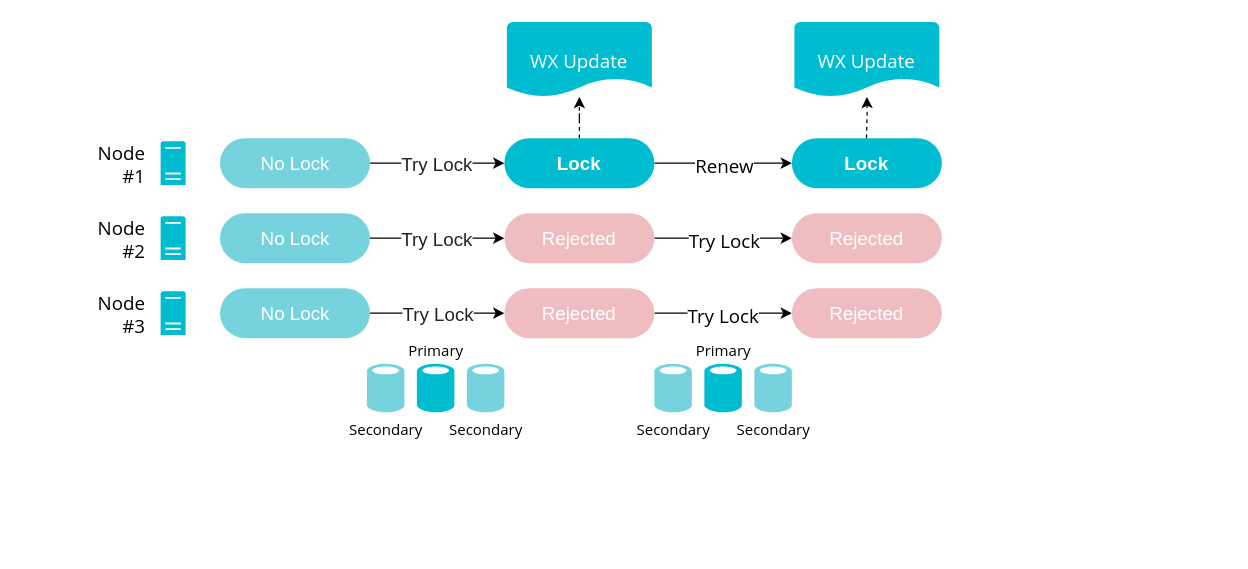
The draw.io diagram page "Normal Flow" (1 of 2) of doc/HighlyAvailableLock.drawio in fvalka/AviatorsBot, before the edit. Source tidied: cells renumbered, new cells numbered last; positions are measured from the earlier drawing's top-left corner, leaving out a move shared by most shapes. Both pictures are drawn from the tidied source at 125%, with x=0, y=0 at pixel (160, 21).
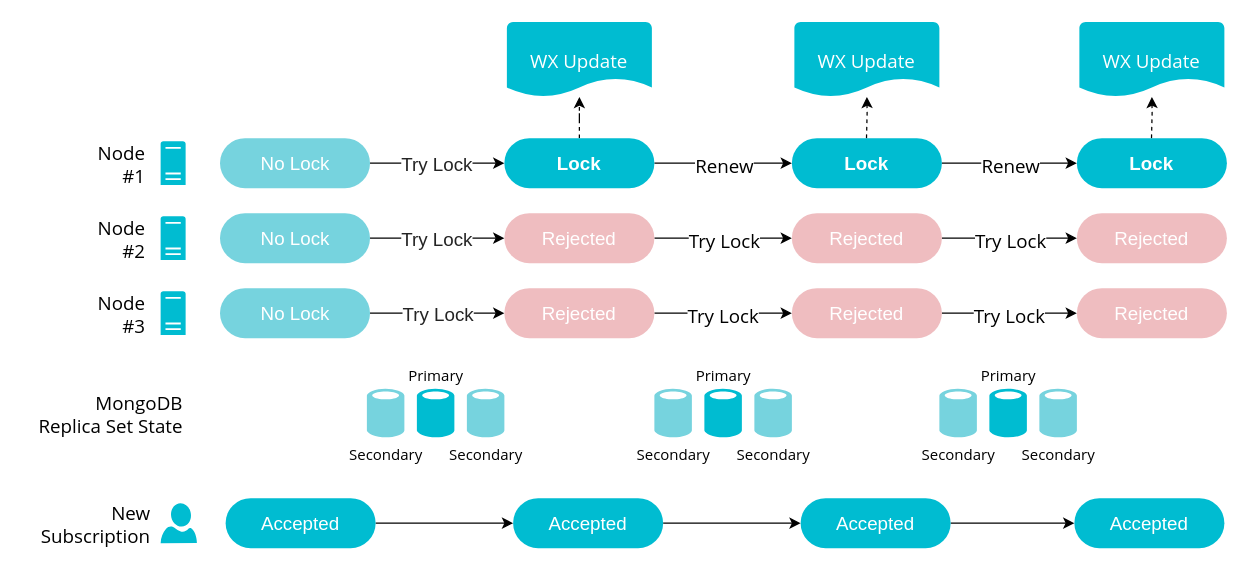
After the change.

Unchanged cells that the change refers to:
```xml
<mxCell id="28" value="Rejected" style="rounded=1;whiteSpace=wrap;html=1;fillColor=#EFBDC0;strokeColor=none;fontSize=15;fontColor=#FFFFFF;arcSize=50;" parent="1" vertex="1">
  <mxGeometry x="505" y="213" width="120" height="40" as="geometry" />
</mxCell>
<mxCell id="29" value="Rejected" style="rounded=1;whiteSpace=wrap;html=1;fillColor=#EFBDC0;strokeColor=none;fontSize=15;fontColor=#FFFFFF;arcSize=50;" parent="1" vertex="1">
  <mxGeometry x="505" y="153" width="120" height="40" as="geometry" />
</mxCell>
<mxCell id="30" value="Lock" style="rounded=1;whiteSpace=wrap;html=1;fillColor=#00BCD1;strokeColor=none;fontSize=15;fontColor=#FFFFFF;arcSize=50;fontStyle=1;" parent="1" vertex="1">
  <mxGeometry x="505" y="93" width="120" height="40" as="geometry" />
</mxCell>
```

The edit, as a diff of the source:
```diff
@@
     <mxCell id="3" value="Primary" style="shadow=0;dashed=0;html=1;strokeColor=none;labelPosition=center;verticalLabelPosition=top;verticalAlign=bottom;align=center;shape=mxgraph.mscae.enterprise.database_generic;fillColor=#00BCD1;fontSize=12;fontFamily=Open Sans;labelBorderColor=none;labelBackgroundColor=#ffffff;" parent="1" vertex="1">
-      <mxGeometry x="205" y="273" width="30" height="40" as="geometry" />
+      <mxGeometry x="205" y="293" width="30" height="40" as="geometry" />
     </mxCell>
@@
     <mxCell id="7" value="Secondary" style="shadow=0;dashed=0;html=1;strokeColor=none;labelPosition=center;verticalLabelPosition=bottom;verticalAlign=top;align=center;shape=mxgraph.mscae.enterprise.database_generic;fillColor=#76D3DE;fontSize=12;fontFamily=Open Sans;" parent="1" vertex="1">
-      <mxGeometry x="245" y="273" width="30" height="40" as="geometry" />
+      <mxGeometry x="245" y="293" width="30" height="40" as="geometry" />
     </mxCell>
     <mxCell id="8" value="Secondary" style="shadow=0;dashed=0;html=1;strokeColor=none;labelPosition=center;verticalLabelPosition=bottom;verticalAlign=top;align=center;shape=mxgraph.mscae.enterprise.database_generic;fillColor=#76D3DE;fontSize=12;fontFamily=Open Sans;" parent="1" vertex="1">
-      <mxGeometry x="165" y="273" width="30" height="40" as="geometry" />
+      <mxGeometry x="165" y="293" width="30" height="40" as="geometry" />
     </mxCell>
@@
+    <mxCell id="36" style="edgeStyle=orthogonalEdgeStyle;rounded=0;jettySize=auto;html=1;fontFamily=Open Sans;fontSize=15;fontColor=#000000;align=center;" parent="1" edge="1" source="28" target="53">
+      <mxGeometry relative="1" as="geometry" />
+    </mxCell>
+    <mxCell id="37" value="Try Lock" style="text;html=1;align=center;verticalAlign=middle;labelBackgroundColor=#ffffff;fontSize=15;fontFamily=Open Sans;fontColor=#000000;" parent="36" vertex="1">
+      <mxGeometry x="0.3" y="-1" relative="1" as="geometry">
+        <mxPoint x="-17" y="-1" as="offset" />
+      </mxGeometry>
+    </mxCell>
@@
+    <mxCell id="38" style="edgeStyle=orthogonalEdgeStyle;rounded=0;jettySize=auto;html=1;fontFamily=Open Sans;fontSize=15;fontColor=#000000;align=center;" parent="1" edge="1" source="29" target="54">
+      <mxGeometry relative="1" as="geometry" />
+    </mxCell>
+    <mxCell id="39" value="Try Lock" style="text;html=1;align=center;verticalAlign=middle;labelBackgroundColor=#ffffff;fontSize=15;fontFamily=Open Sans;fontColor=#000000;direction=south;" parent="38" vertex="1">
+      <mxGeometry x="0.14" y="1" relative="1" as="geometry">
+        <mxPoint x="-7.5" y="1" as="offset" />
+      </mxGeometry>
+    </mxCell>
@@
+    <mxCell id="40" style="edgeStyle=orthogonalEdgeStyle;rounded=0;jettySize=auto;html=1;fontFamily=Open Sans;fontSize=15;fontColor=#000000;align=center;" parent="1" edge="1" source="30" target="55">
+      <mxGeometry relative="1" as="geometry" />
+    </mxCell>
+    <mxCell id="41" value="Renew" style="text;html=1;align=center;verticalAlign=middle;labelBackgroundColor=#ffffff;fontSize=15;fontFamily=Open Sans;fontColor=#000000;direction=south;" parent="40" vertex="1">
+      <mxGeometry x="-0.35" y="3" relative="1" as="geometry">
+        <mxPoint x="19" y="3" as="offset" />
+      </mxGeometry>
+    </mxCell>
@@
     <mxCell id="31" value="Primary" style="shadow=0;dashed=0;html=1;strokeColor=none;labelPosition=center;verticalLabelPosition=top;verticalAlign=bottom;align=center;shape=mxgraph.mscae.enterprise.database_generic;fillColor=#00BCD1;fontSize=12;fontFamily=Open Sans;labelBorderColor=none;labelBackgroundColor=#ffffff;" parent="1" vertex="1">
-      <mxGeometry x="435" y="273" width="30" height="40" as="geometry" />
+      <mxGeometry x="435" y="293" width="30" height="40" as="geometry" />
     </mxCell>
     <mxCell id="32" value="Secondary" style="shadow=0;dashed=0;html=1;strokeColor=none;labelPosition=center;verticalLabelPosition=bottom;verticalAlign=top;align=center;shape=mxgraph.mscae.enterprise.database_generic;fillColor=#76D3DE;fontSize=12;fontFamily=Open Sans;" parent="1" vertex="1">
-      <mxGeometry x="475" y="273" width="30" height="40" as="geometry" />
+      <mxGeometry x="475" y="293" width="30" height="40" as="geometry" />
     </mxCell>
     <mxCell id="33" value="Secondary" style="shadow=0;dashed=0;html=1;strokeColor=none;labelPosition=center;verticalLabelPosition=bottom;verticalAlign=top;align=center;shape=mxgraph.mscae.enterprise.database_generic;fillColor=#76D3DE;fontSize=12;fontFamily=Open Sans;" parent="1" vertex="1">
-      <mxGeometry x="395" y="273" width="30" height="40" as="geometry" />
+      <mxGeometry x="395" y="293" width="30" height="40" as="geometry" />
     </mxCell>
@@
+    <mxCell id="42" value="New&lt;br&gt;Subscription&lt;br&gt;" style="verticalLabelPosition=middle;html=1;verticalAlign=middle;align=right;strokeColor=none;fillColor=#00BCD1;shape=mxgraph.azure.user;shadow=0;labelBackgroundColor=#ffffff;fontFamily=Open Sans;fontSize=15;fontColor=#000000;labelPosition=left;spacingRight=7;" parent="1" vertex="1">
+      <mxGeometry y="385" width="29" height="32" as="geometry" />
+    </mxCell>
+    <mxCell id="43" style="edgeStyle=orthogonalEdgeStyle;rounded=0;jettySize=auto;html=1;fontFamily=Open Sans;fontSize=15;fontColor=#000000;align=center;" parent="1" edge="1" source="44" target="46">
+      <mxGeometry relative="1" as="geometry" />
+    </mxCell>
+    <mxCell id="44" value="Accepted" style="rounded=1;whiteSpace=wrap;html=1;fillColor=#00BCD1;strokeColor=none;fontSize=15;fontColor=#FFFFFF;arcSize=50;" parent="1" vertex="1">
+      <mxGeometry x="52" y="381" width="120" height="40" as="geometry" />
+    </mxCell>
+    <mxCell id="45" style="edgeStyle=orthogonalEdgeStyle;rounded=0;jettySize=auto;html=1;fontFamily=Open Sans;fontSize=15;fontColor=#000000;align=center;" parent="1" edge="1" source="46" target="48">
+      <mxGeometry relative="1" as="geometry" />
+    </mxCell>
+    <mxCell id="46" value="Accepted" style="rounded=1;whiteSpace=wrap;html=1;fillColor=#00BCD1;strokeColor=none;fontSize=15;fontColor=#FFFFFF;arcSize=50;" parent="1" vertex="1">
+      <mxGeometry x="282" y="381" width="120" height="40" as="geometry" />
+    </mxCell>
+    <mxCell id="47" style="edgeStyle=orthogonalEdgeStyle;rounded=0;jettySize=auto;html=1;fontFamily=Open Sans;fontSize=15;fontColor=#000000;align=center;" parent="1" edge="1" source="48" target="58">
+      <mxGeometry relative="1" as="geometry" />
+    </mxCell>
+    <mxCell id="48" value="Accepted" style="rounded=1;whiteSpace=wrap;html=1;fillColor=#00BCD1;strokeColor=none;fontSize=15;fontColor=#FFFFFF;arcSize=50;" parent="1" vertex="1">
+      <mxGeometry x="512" y="381" width="120" height="40" as="geometry" />
+    </mxCell>
+    <mxCell id="49" value="MongoDB&lt;br&gt;Replica Set State&lt;br&gt;" style="text;html=1;strokeColor=none;fillColor=none;align=right;verticalAlign=middle;whiteSpace=wrap;rounded=0;shadow=0;labelBackgroundColor=#ffffff;fontFamily=Open Sans;fontSize=15;fontColor=#000000;" parent="1" vertex="1">
+      <mxGeometry x="-111" y="303" width="131" height="20" as="geometry" />
+    </mxCell>
+    <mxCell id="50" value="Secondary" style="shadow=0;dashed=0;html=1;strokeColor=none;labelPosition=center;verticalLabelPosition=bottom;verticalAlign=top;align=center;shape=mxgraph.mscae.enterprise.database_generic;fillColor=#76D3DE;fontSize=12;fontFamily=Open Sans;" parent="1" vertex="1">
+      <mxGeometry x="703" y="293" width="30" height="40" as="geometry" />
+    </mxCell>
+    <mxCell id="51" value="Primary" style="shadow=0;dashed=0;html=1;strokeColor=none;labelPosition=center;verticalLabelPosition=top;verticalAlign=bottom;align=center;shape=mxgraph.mscae.enterprise.database_generic;fillColor=#00BCD1;fontSize=12;fontFamily=Open Sans;labelBorderColor=none;labelBackgroundColor=#ffffff;" parent="1" vertex="1">
+      <mxGeometry x="663" y="293" width="30" height="40" as="geometry" />
+    </mxCell>
+    <mxCell id="52" value="Secondary" style="shadow=0;dashed=0;html=1;strokeColor=none;labelPosition=center;verticalLabelPosition=bottom;verticalAlign=top;align=center;shape=mxgraph.mscae.enterprise.database_generic;fillColor=#76D3DE;fontSize=12;fontFamily=Open Sans;" parent="1" vertex="1">
+      <mxGeometry x="623" y="293" width="30" height="40" as="geometry" />
+    </mxCell>
+    <mxCell id="53" value="Rejected" style="rounded=1;whiteSpace=wrap;html=1;fillColor=#EFBDC0;strokeColor=none;fontSize=15;fontColor=#FFFFFF;arcSize=50;" parent="1" vertex="1">
+      <mxGeometry x="733" y="213" width="120" height="40" as="geometry" />
+    </mxCell>
+    <mxCell id="54" value="Rejected" style="rounded=1;whiteSpace=wrap;html=1;fillColor=#EFBDC0;strokeColor=none;fontSize=15;fontColor=#FFFFFF;arcSize=50;" parent="1" vertex="1">
+      <mxGeometry x="733" y="153" width="120" height="40" as="geometry" />
+    </mxCell>
+    <mxCell id="55" value="Lock" style="rounded=1;whiteSpace=wrap;html=1;fillColor=#00BCD1;strokeColor=none;fontSize=15;fontColor=#FFFFFF;arcSize=50;fontStyle=1;" parent="1" vertex="1">
+      <mxGeometry x="733" y="93" width="120" height="40" as="geometry" />
+    </mxCell>
+    <mxCell id="56" style="edgeStyle=orthogonalEdgeStyle;rounded=0;jettySize=auto;html=1;fontFamily=Open Sans;fontSize=15;fontColor=#FFFFFF;dashed=1;" parent="1" edge="1" target="57">
+      <mxGeometry relative="1" as="geometry">
+        <mxPoint x="792.7" y="93" as="sourcePoint" />
+      </mxGeometry>
+    </mxCell>
+    <mxCell id="57" value="&lt;div style=&quot;text-align: center&quot;&gt;&lt;span&gt;WX Update&lt;/span&gt;&lt;/div&gt;" style="strokeWidth=2;html=1;shape=mxgraph.flowchart.document2;whiteSpace=wrap;size=0.25;shadow=0;labelBackgroundColor=none;fillColor=#00BCD1;fontSize=15;fontColor=#FFFFFF;align=center;strokeColor=none;fontFamily=Open Sans;verticalAlign=middle;horizontal=1;spacing=2;" parent="1" vertex="1">
+      <mxGeometry x="735" width="116" height="60" as="geometry" />
+    </mxCell>
+    <mxCell id="58" value="Accepted" style="rounded=1;whiteSpace=wrap;html=1;fillColor=#00BCD1;strokeColor=none;fontSize=15;fontColor=#FFFFFF;arcSize=50;" parent="1" vertex="1">
+      <mxGeometry x="731" y="381" width="120" height="40" as="geometry" />
+    </mxCell>
```
